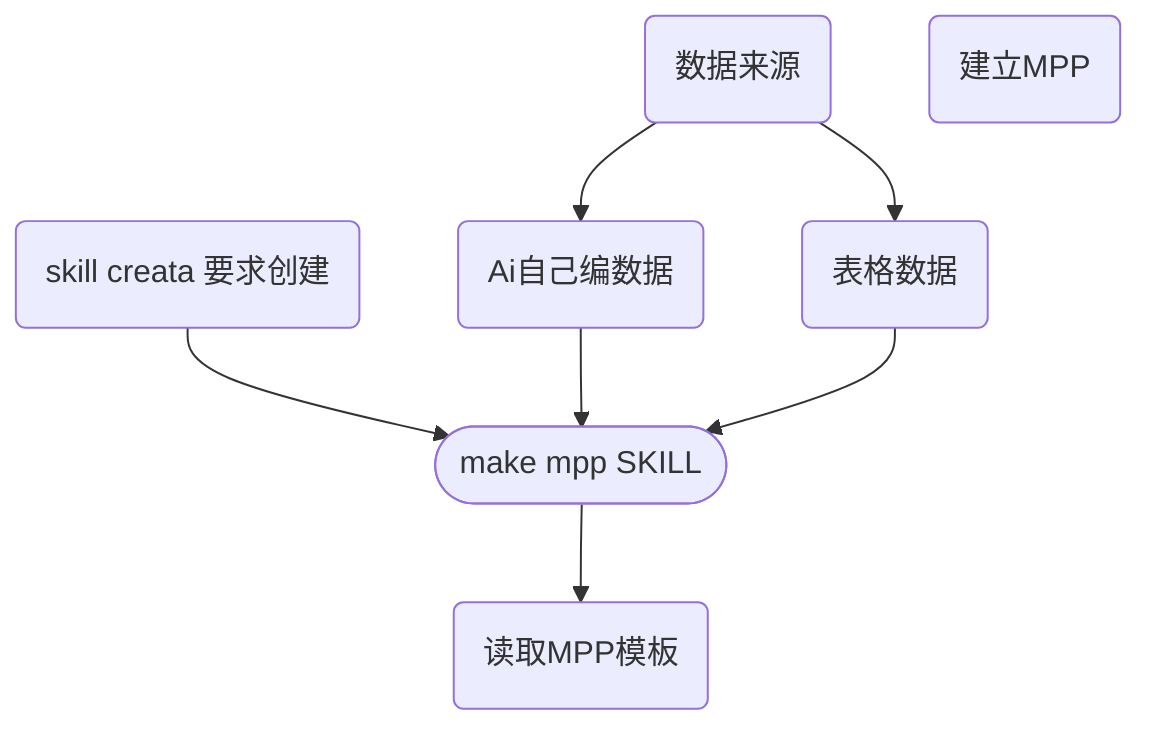
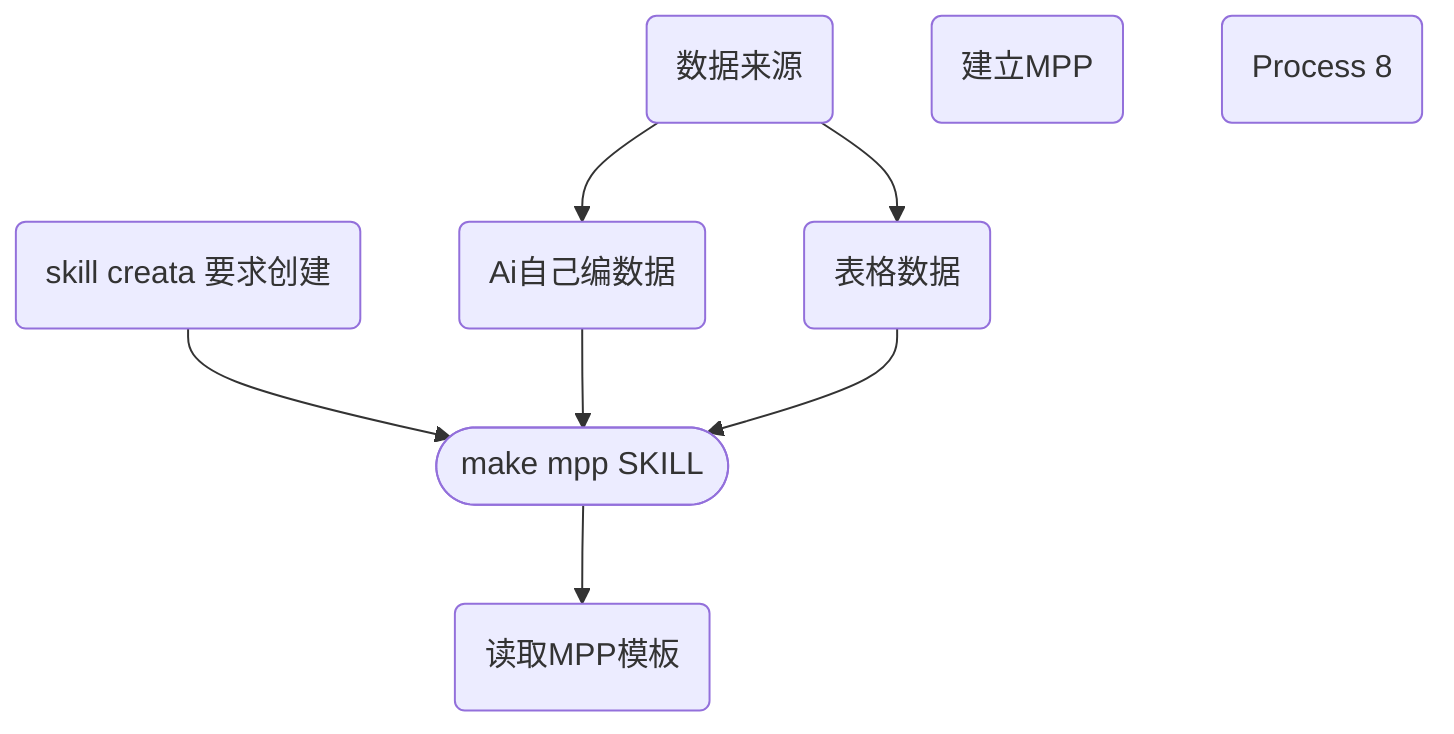
flowchart TD
  n_0(["make mpp SKILL"])
  n_1("数据来源")
  n_2("skill  creata 要求创建")
  n_3("Ai自己编数据")
  n_4("表格数据")
  n_5("建立MPP")
  n_6("读取MPP模板")
+   n_7("Process 8")
  n_1 --> n_3
  n_1 --> n_4
  n_2 --> n_0
  n_3 --> n_0
  n_4 --> n_0
  n_0 --> n_6
